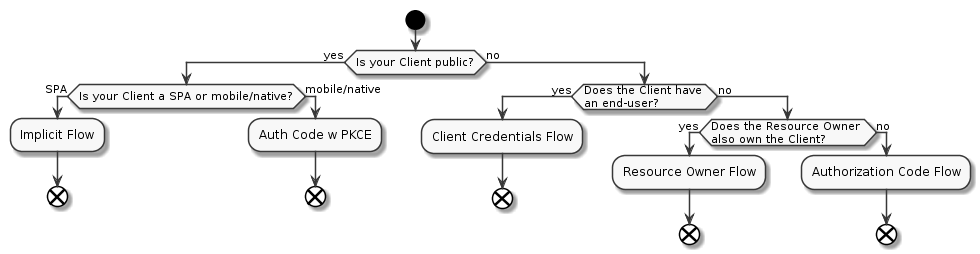
The PlantUML diagram _source/_assets/img/oauth_grant_flowchart.png in williamnguyen-activecyber/okta.github.io, before a commit.
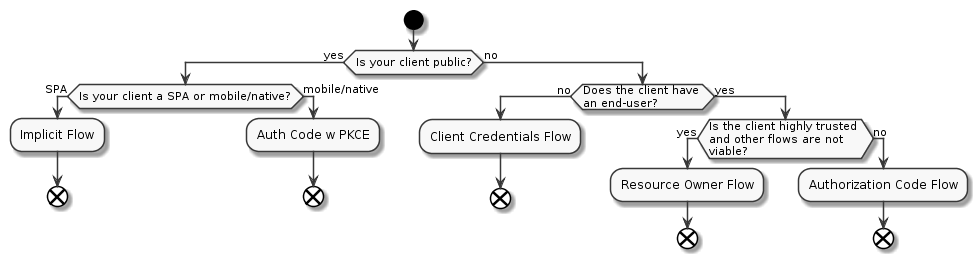
Above is the later version.

Diff of the diagram source:
```diff
@@ -3,8 +3,8 @@
 
 start
 
-if (Is your Client public?) then (yes)
-    if (Is your Client a SPA or mobile/native?) then (SPA)
+if (Is your client public?) then (yes)
+    if (Is your client a SPA or mobile/native?) then (SPA)
     :Implicit Flow;
     end
     else (mobile/native)
@@ -13,12 +13,12 @@
     endif
 else(no)
 
-if (Does the Client have \nan end-user?) then (yes)
+if (Does the client have \nan end-user?) then (no)
   :Client Credentials Flow;
   end
-else (no)
+else (yes)
 
-if (Does the Resource Owner \nalso own the Client?) then (yes)
+if (Is the client highly trusted \nand other flows are not \nviable?) then (yes)
   :Resource Owner Flow;
   end
 else (no)
```
